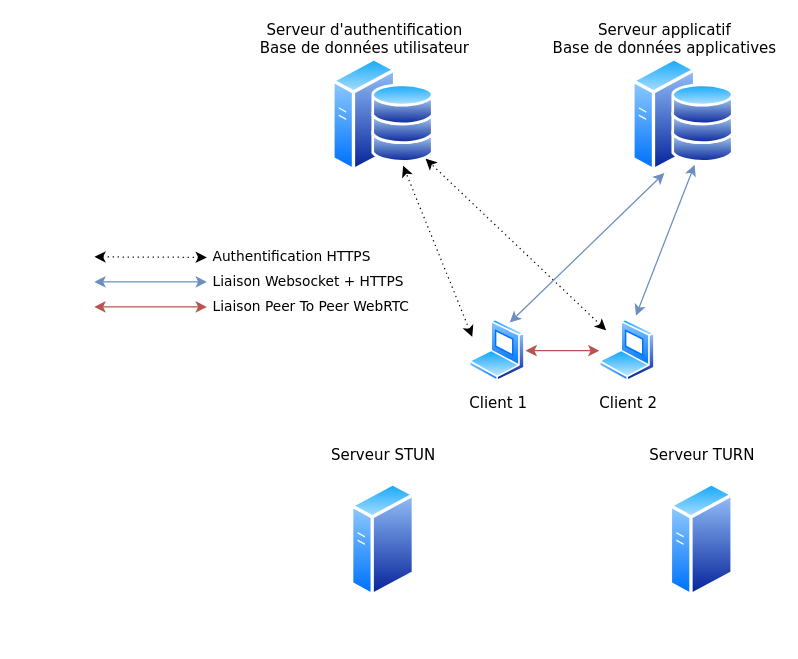
stephannicolas96/dossierPro keeps this draw.io diagram as page "ArchiRéseaux" (6 of 10) of schéma/ArchiReseau.drawio. Above is the earlier version. Source tidied: cells renumbered, new cells numbered last; positions are measured from the earlier drawing's top-left corner, leaving out a move shared by most shapes. Both pictures are drawn from the tidied source at 125%, with x=0, y=0 at pixel (94, 56).
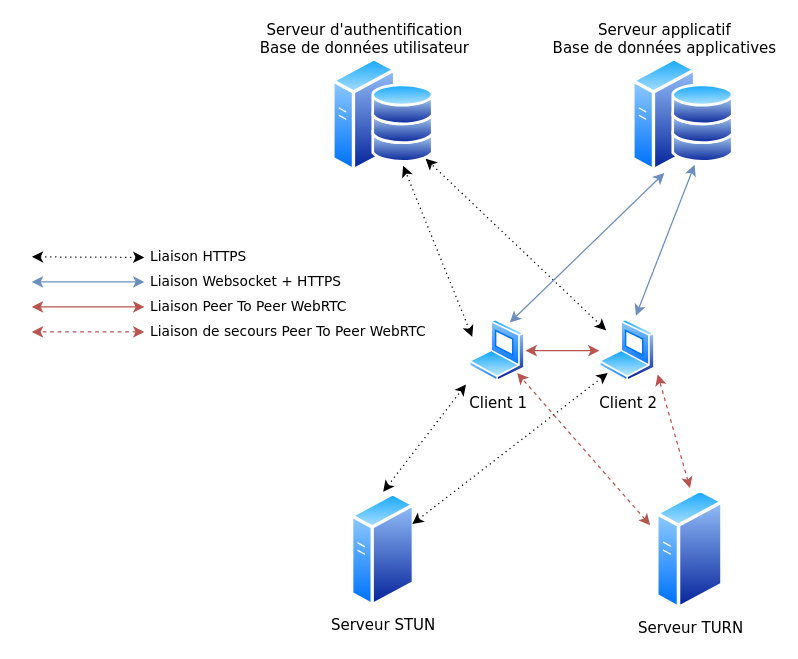
The same diagram, later.

Unchanged cells that the change refers to:
```xml
<mxCell id="2" value="&lt;font face=&quot;Verdana&quot;&gt;Client 1&lt;/font&gt;" style="perimeter=ellipsePerimeter;html=1;align=center;shadow=0;dashed=0;spacingTop=3;image;image=img/lib/active_directory/laptop_client.svg;" parent="1" vertex="1">
  <mxGeometry x="300" y="210" width="45" height="50" as="geometry" />
</mxCell>
<mxCell id="3" value="Client 2" style="perimeter=ellipsePerimeter;html=1;align=center;shadow=0;dashed=0;spacingTop=3;image;image=img/lib/active_directory/laptop_client.svg;fontFamily=Verdana;" parent="1" vertex="1">
  <mxGeometry x="404" y="210" width="45" height="50" as="geometry" />
</mxCell>
```

The edit, as a diff of the source:
```diff
@@
-    <mxCell id="6" value="Authentification HTTPS" style="endArrow=classic;dashed=1;html=1;dashPattern=1 3;strokeWidth=1;rounded=0;fontFamily=Verdana;startArrow=classic;startFill=1;endFill=1;spacing=0;align=left;spacingLeft=50;" parent="1" edge="1">
+    <mxCell id="6" value="Liaison&amp;nbsp;HTTPS" style="endArrow=classic;dashed=1;html=1;dashPattern=1 3;strokeWidth=1;rounded=0;fontFamily=Verdana;startArrow=classic;startFill=1;endFill=1;spacing=0;align=left;spacingLeft=50;" parent="1" edge="1">
       <mxGeometry relative="1" as="geometry">
-        <mxPoint x="90" y="160.4" as="sourcePoint" />
-        <mxPoint y="160" as="targetPoint" />
+        <mxPoint x="40" y="160.4" as="sourcePoint" />
+        <mxPoint x="-50" y="160" as="targetPoint" />
       </mxGeometry>
     </mxCell>
@@
     <mxCell id="10" value="Liaison Websocket + HTTPS" style="endArrow=classic;startArrow=classic;html=1;rounded=0;fontFamily=Verdana;align=left;spacing=0;spacingRight=0;spacingLeft=50;fillColor=#dae8fc;strokeColor=#6c8ebf;" parent="1" edge="1">
       <mxGeometry relative="1" as="geometry">
-        <mxPoint x="90" y="180" as="sourcePoint" />
-        <mxPoint y="180" as="targetPoint" />
+        <mxPoint x="40" y="180" as="sourcePoint" />
+        <mxPoint x="-50" y="180" as="targetPoint" />
       </mxGeometry>
     </mxCell>
     <mxCell id="11" value="Liaison Peer To Peer WebRTC" style="endArrow=classic;startArrow=classic;html=1;rounded=0;fontFamily=Verdana;align=left;spacing=0;spacingRight=0;spacingLeft=50;fillColor=#f8cecc;strokeColor=#b85450;" parent="1" edge="1">
       <mxGeometry relative="1" as="geometry">
-        <mxPoint x="90" y="200" as="sourcePoint" />
-        <mxPoint y="200" as="targetPoint" />
+        <mxPoint x="40" y="200" as="sourcePoint" />
+        <mxPoint x="-50" y="200" as="targetPoint" />
       </mxGeometry>
     </mxCell>
@@
-    <mxCell id="24" value="Serveur STUN" style="perimeter=ellipsePerimeter;html=1;align=center;shadow=0;dashed=0;spacingTop=-128;image;image=img/lib/active_directory/generic_server.svg;fontFamily=Verdana;spacingRight=0;" parent="1" vertex="1">
-      <mxGeometry x="205" y="340" width="52" height="92.8" as="geometry" />
+    <mxCell id="24" value="Serveur STUN" style="perimeter=ellipsePerimeter;html=1;align=center;shadow=0;dashed=0;spacingTop=0;image;image=img/lib/active_directory/generic_server.svg;fontFamily=Verdana;spacingRight=0;" parent="1" vertex="1">
+      <mxGeometry x="205" y="348" width="52" height="92.8" as="geometry" />
     </mxCell>
-    <mxCell id="25" value="Serveur TURN" style="perimeter=ellipsePerimeter;html=1;align=center;shadow=0;dashed=0;spacingTop=-128;image;image=img/lib/active_directory/generic_server.svg;fontFamily=Verdana;spacingRight=0;" parent="1" vertex="1">
-      <mxGeometry x="460" y="340" width="52" height="92.8" as="geometry" />
+    <mxCell id="25" value="Serveur TURN" style="perimeter=ellipsePerimeter;html=1;align=center;shadow=0;dashed=0;spacingTop=0;image;image=img/lib/active_directory/generic_server.svg;fontFamily=Verdana;spacingRight=0;" parent="1" vertex="1">
+      <mxGeometry x="449" y="345" width="55" height="98.2" as="geometry" />
     </mxCell>
+    <mxCell id="26" style="endArrow=classic;dashed=1;html=1;dashPattern=1 3;strokeWidth=1;rounded=0;fontFamily=Verdana;exitX=0.5;exitY=0;exitDx=0;exitDy=0;startArrow=classic;startFill=1;endFill=1;entryX=-0.059;entryY=1.04;entryDx=0;entryDy=0;entryPerimeter=0;" parent="1" edge="1" source="24" target="2">
+      <mxGeometry relative="1" as="geometry" />
+    </mxCell>
+    <mxCell id="27" style="endArrow=classic;dashed=1;html=1;dashPattern=1 3;strokeWidth=1;rounded=0;fontFamily=Verdana;exitX=1;exitY=0.25;exitDx=0;exitDy=0;startArrow=classic;startFill=1;endFill=1;entryX=0;entryY=1;entryDx=0;entryDy=0;" parent="1" edge="1" source="24" target="3">
+      <mxGeometry relative="1" as="geometry" />
+    </mxCell>
+    <mxCell id="28" style="endArrow=classic;startArrow=classic;html=1;rounded=0;fontFamily=Verdana;exitX=-0.079;exitY=0.302;exitDx=0;exitDy=0;fillColor=#f8cecc;strokeColor=#b85450;entryX=1;entryY=1;entryDx=0;entryDy=0;exitPerimeter=0;dashed=1;" parent="1" edge="1" source="25" target="2">
+      <mxGeometry relative="1" as="geometry" />
+    </mxCell>
+    <mxCell id="29" style="endArrow=classic;startArrow=classic;html=1;rounded=0;fontFamily=Verdana;exitX=0.5;exitY=0;exitDx=0;exitDy=0;fillColor=#f8cecc;strokeColor=#b85450;entryX=1.037;entryY=0.88;entryDx=0;entryDy=0;entryPerimeter=0;dashed=1;" parent="1" edge="1" source="25" target="3">
+      <mxGeometry relative="1" as="geometry" />
+    </mxCell>
+    <mxCell id="30" value="Liaison de secours Peer To Peer WebRTC" style="endArrow=classic;startArrow=classic;html=1;rounded=0;fontFamily=Verdana;align=left;spacing=0;spacingRight=0;spacingLeft=50;fillColor=#f8cecc;strokeColor=#b85450;dashed=1;" parent="1" edge="1">
+      <mxGeometry relative="1" as="geometry">
+        <mxPoint x="40" y="220" as="sourcePoint" />
+        <mxPoint x="-50" y="220" as="targetPoint" />
+      </mxGeometry>
+    </mxCell>
```
